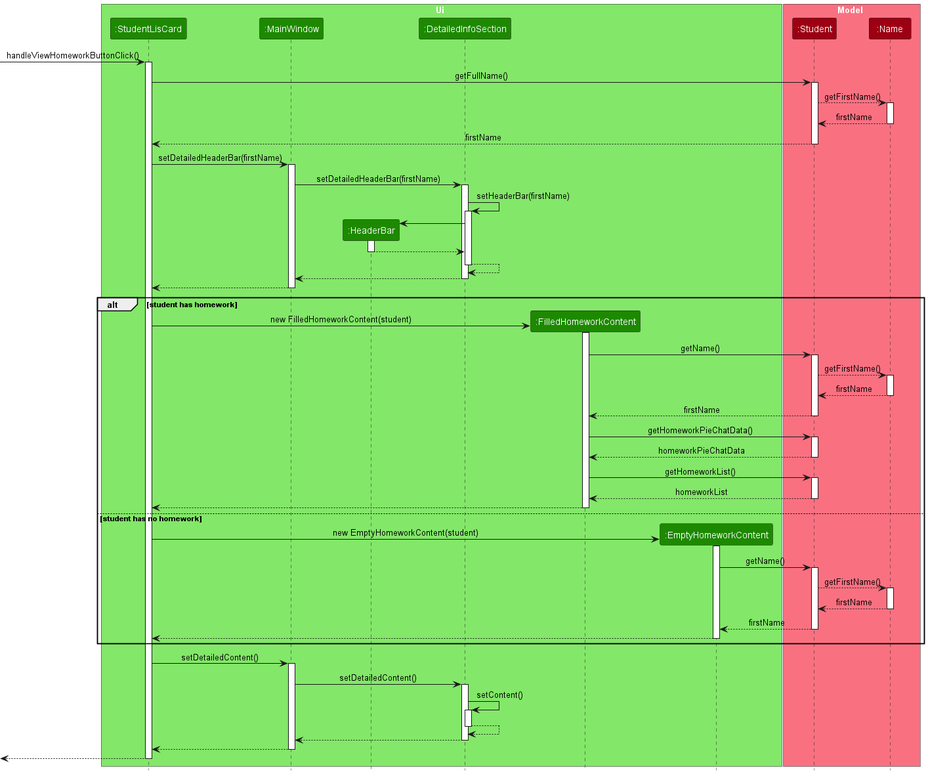
Earlier version of the PlantUML export docs/images/HomeworkClickSequenceDiagram.png (nus-cs2103-AY2223S2/tp). Source of this version:
```plantuml
@startuml
!include style.puml

box Ui UI_COLOR_T1
participant ":StudentLisCard" as StudentListCard UI_COLOR
participant ":MainWindow" as MainWindow UI_COLOR
participant ":HeaderBar" as HeaderBar UI_COLOR
participant ":DetailedInfoSection" as DetailedInfoSection UI_COLOR
participant ":FilledHomeworkContent" as FilledHomeworkContent UI_COLOR
participant ":EmptyHomeworkContent" as EmptyHomeworkContent UI_COLOR
end box

box Model MODEL_COLOR_T1
participant ":Student" as Student MODEL_COLOR
participant ":Name" as Name MODEL_COLOR
end box

[-> StudentListCard : handleViewHomeworkButtonClick()
activate StudentListCard

StudentListCard -> Student : getFullName()
activate Student

Student --> Name : getFirstName()
activate Name
return firstName

return firstName

StudentListCard -> MainWindow : setDetailedHeaderBar(firstName)
activate MainWindow

MainWindow -> DetailedInfoSection : setDetailedHeaderBar(firstName)
activate DetailedInfoSection

DetailedInfoSection -> DetailedInfoSection : setHeaderBar(firstName)
activate DetailedInfoSection

create HeaderBar
DetailedInfoSection -> HeaderBar
activate HeaderBar

HeaderBar --> DetailedInfoSection
deactivate HeaderBar

DetailedInfoSection --> DetailedInfoSection
deactivate DetailedInfoSection

DetailedInfoSection --> MainWindow
deactivate DetailedInfoSection

MainWindow --> StudentListCard
deactivate MainWindow

alt student has homework
    create FilledHomeworkContent
    StudentListCard -> FilledHomeworkContent : new FilledHomeworkContent(student)
    activate FilledHomeworkContent

    FilledHomeworkContent -> Student : getName()
    activate Student

    Student --> Name : getFirstName()
    activate Name
    return firstName

    return firstName

    FilledHomeworkContent -> Student : getHomeworkPieChatData()
    activate Student
    return homeworkPieChatData

    FilledHomeworkContent -> Student : getHomeworkList()
    activate Student
    return homeworkList

    FilledHomeworkContent --> StudentListCard
    deactivate FilledHomeworkContent

else student has no homework
    create EmptyHomeworkContent
    StudentListCard -> EmptyHomeworkContent : new EmptyHomeworkContent(student)
    activate EmptyHomeworkContent

    EmptyHomeworkContent -> Student : getName()
    activate Student

    Student --> Name : getFirstName()
    activate Name
    return firstName

    return firstName

    EmptyHomeworkContent --> StudentListCard
    deactivate EmptyHomeworkContent

end

StudentListCard -> MainWindow : setDetailedContent()
activate MainWindow

MainWindow -> DetailedInfoSection : setDetailedContent()
activate DetailedInfoSection

DetailedInfoSection -> DetailedInfoSection : setContent()
activate DetailedInfoSection

DetailedInfoSection --> DetailedInfoSection
deactivate DetailedInfoSection

DetailedInfoSection --> MainWindow
deactivate DetailedInfoSection

MainWindow --> StudentListCard
deactivate MainWindow

[<-- StudentListCard
deactivate StudentListCard

@enduml
```
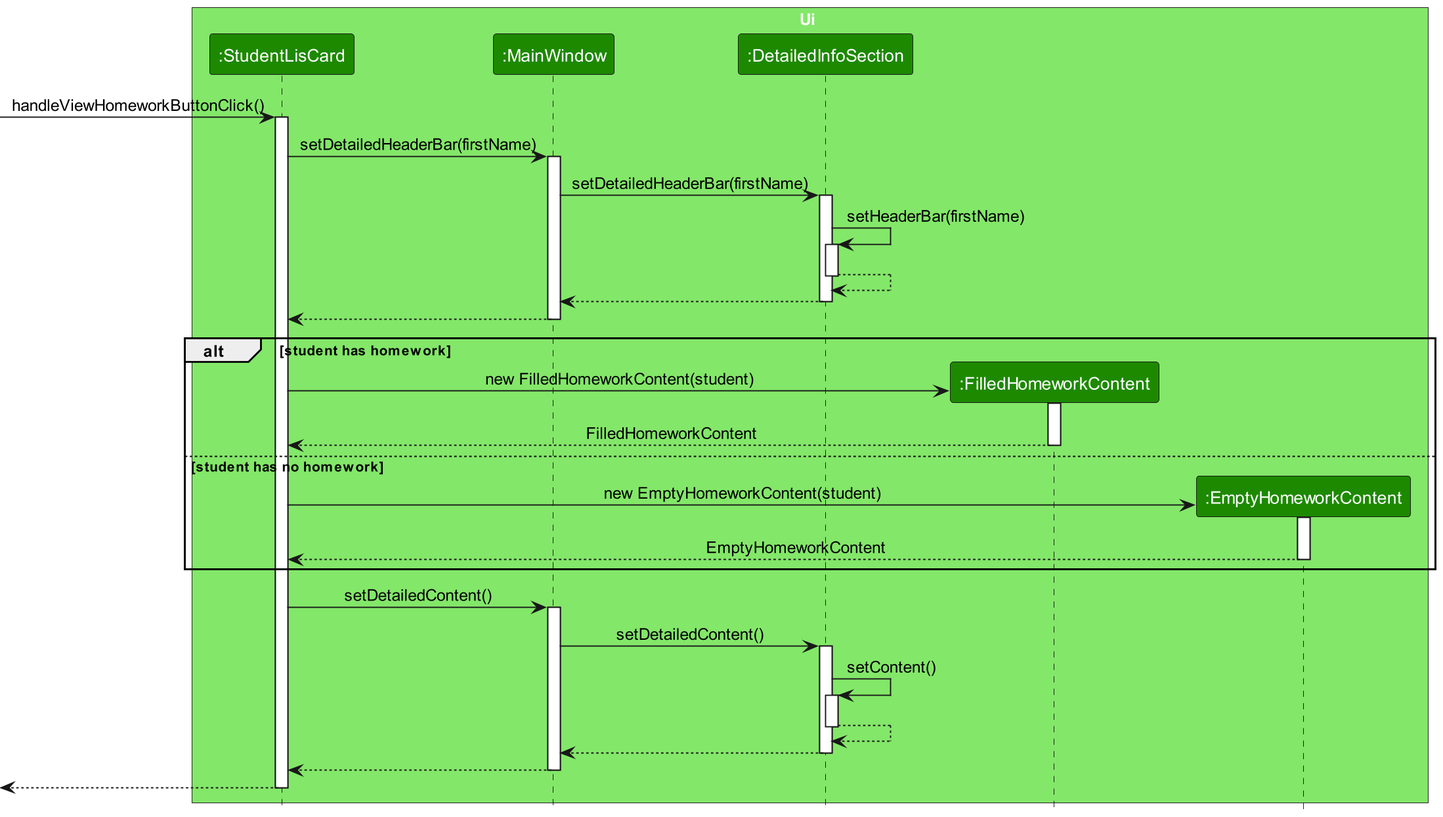
The same diagram one commit later.

The edit, as a diff of the source:
```diff
@@ -4,28 +4,14 @@
 box Ui UI_COLOR_T1
 participant ":StudentLisCard" as StudentListCard UI_COLOR
 participant ":MainWindow" as MainWindow UI_COLOR
-participant ":HeaderBar" as HeaderBar UI_COLOR
 participant ":DetailedInfoSection" as DetailedInfoSection UI_COLOR
 participant ":FilledHomeworkContent" as FilledHomeworkContent UI_COLOR
 participant ":EmptyHomeworkContent" as EmptyHomeworkContent UI_COLOR
 end box
 
-box Model MODEL_COLOR_T1
-participant ":Student" as Student MODEL_COLOR
-participant ":Name" as Name MODEL_COLOR
-end box
 
 [-> StudentListCard : handleViewHomeworkButtonClick()
 activate StudentListCard
-
-StudentListCard -> Student : getFullName()
-activate Student
-
-Student --> Name : getFirstName()
-activate Name
-return firstName
-
-return firstName
 
 StudentListCard -> MainWindow : setDetailedHeaderBar(firstName)
 activate MainWindow
@@ -35,13 +21,6 @@
 
 DetailedInfoSection -> DetailedInfoSection : setHeaderBar(firstName)
 activate DetailedInfoSection
-
-create HeaderBar
-DetailedInfoSection -> HeaderBar
-activate HeaderBar
-
-HeaderBar --> DetailedInfoSection
-deactivate HeaderBar
 
 DetailedInfoSection --> DetailedInfoSection
 deactivate DetailedInfoSection
@@ -56,44 +35,14 @@
     create FilledHomeworkContent
     StudentListCard -> FilledHomeworkContent : new FilledHomeworkContent(student)
     activate FilledHomeworkContent
-
-    FilledHomeworkContent -> Student : getName()
-    activate Student
-
-    Student --> Name : getFirstName()
-    activate Name
-    return firstName
-
-    return firstName
-
-    FilledHomeworkContent -> Student : getHomeworkPieChatData()
-    activate Student
-    return homeworkPieChatData
-
-    FilledHomeworkContent -> Student : getHomeworkList()
-    activate Student
-    return homeworkList
-
-    FilledHomeworkContent --> StudentListCard
-    deactivate FilledHomeworkContent
+    return FilledHomeworkContent
 
 else student has no homework
     create EmptyHomeworkContent
     StudentListCard -> EmptyHomeworkContent : new EmptyHomeworkContent(student)
     activate EmptyHomeworkContent
 
-    EmptyHomeworkContent -> Student : getName()
-    activate Student
-
-    Student --> Name : getFirstName()
-    activate Name
-    return firstName
-
-    return firstName
-
-    EmptyHomeworkContent --> StudentListCard
-    deactivate EmptyHomeworkContent
-
+    return EmptyHomeworkContent
 end
 
 StudentListCard -> MainWindow : setDetailedContent()
```
